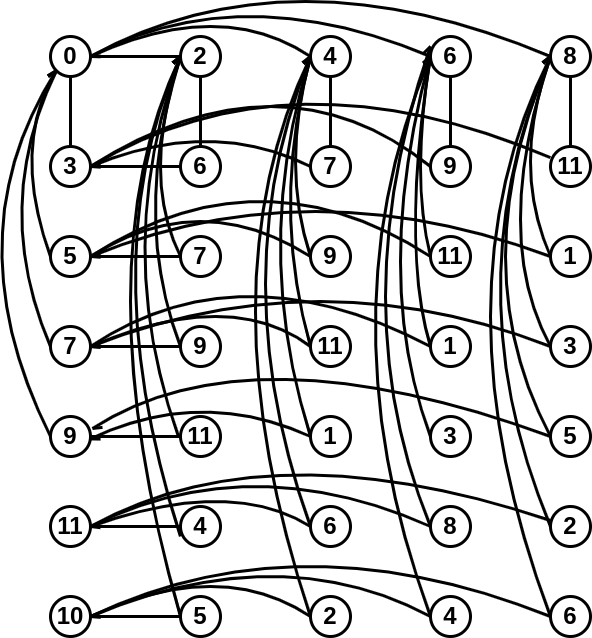
The draw.io diagram K1.png in baidi-mannan/basic-tkinter-network, before a commit. Source tidied: cells renumbered, new cells last; positions are measured from the earlier drawing's top-left corner, leaving out a move shared by most shapes.
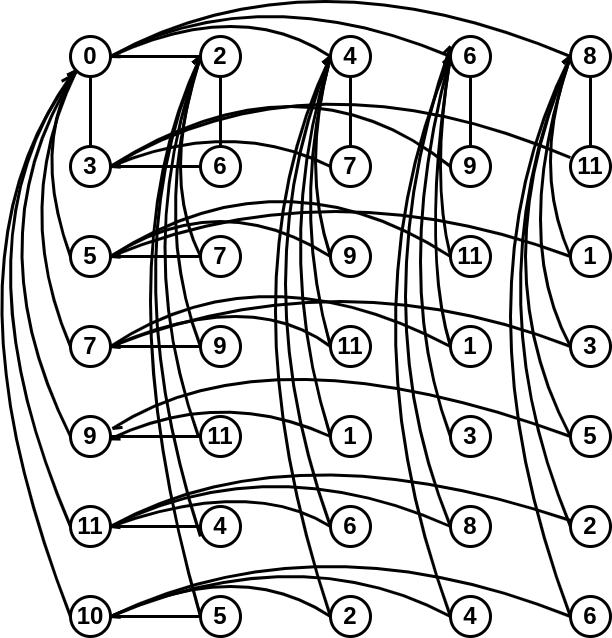
The same file after the commit.

What changed in the source:
```diff
@@ -483,5 +483,20 @@
         </Array>
       </mxGeometry>
     </mxCell>
+    <mxCell id="92" style="curved=1;endArrow=openAsync;html=1;rounded=0;exitX=0;exitY=0.5;exitDx=0;exitDy=0;endFill=0;strokeWidth=3;fontSize=24;" parent="1" edge="1" source="67">
+      <mxGeometry relative="1" as="geometry">
+        <mxPoint x="100" y="130" as="targetPoint" />
+        <Array as="points">
+          <mxPoint x="-20" y="300" />
+        </Array>
+      </mxGeometry>
+    </mxCell>
+    <mxCell id="93" style="curved=1;endArrow=openAsync;html=1;rounded=0;exitX=0;exitY=0.5;exitDx=0;exitDy=0;endFill=0;strokeWidth=3;fontSize=24;entryX=0;entryY=1;entryDx=0;entryDy=0;" parent="1" edge="1" source="73" target="2">
+      <mxGeometry relative="1" as="geometry">
+        <Array as="points">
+          <mxPoint x="-40" y="310" />
+        </Array>
+      </mxGeometry>
+    </mxCell>
   </root>
 </mxGraphModel>
```
